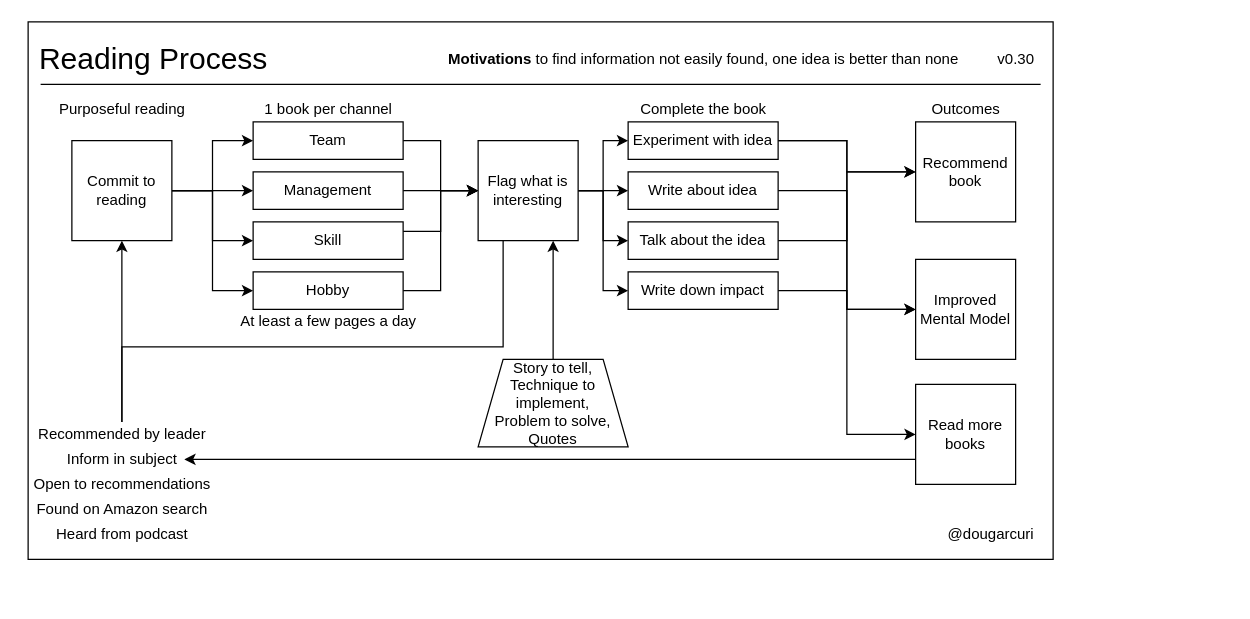
solidi/learning-notes keeps this draw.io diagram as mentoring/diagrams/reading-process.drawio. Above is the earlier version. Source tidied: cells renumbered, new cells numbered last; positions are measured from the earlier drawing's top-left corner, leaving out a move shared by most shapes. Both pictures are drawn from the tidied source at 125%, with x=0, y=0 at pixel (21, 21).
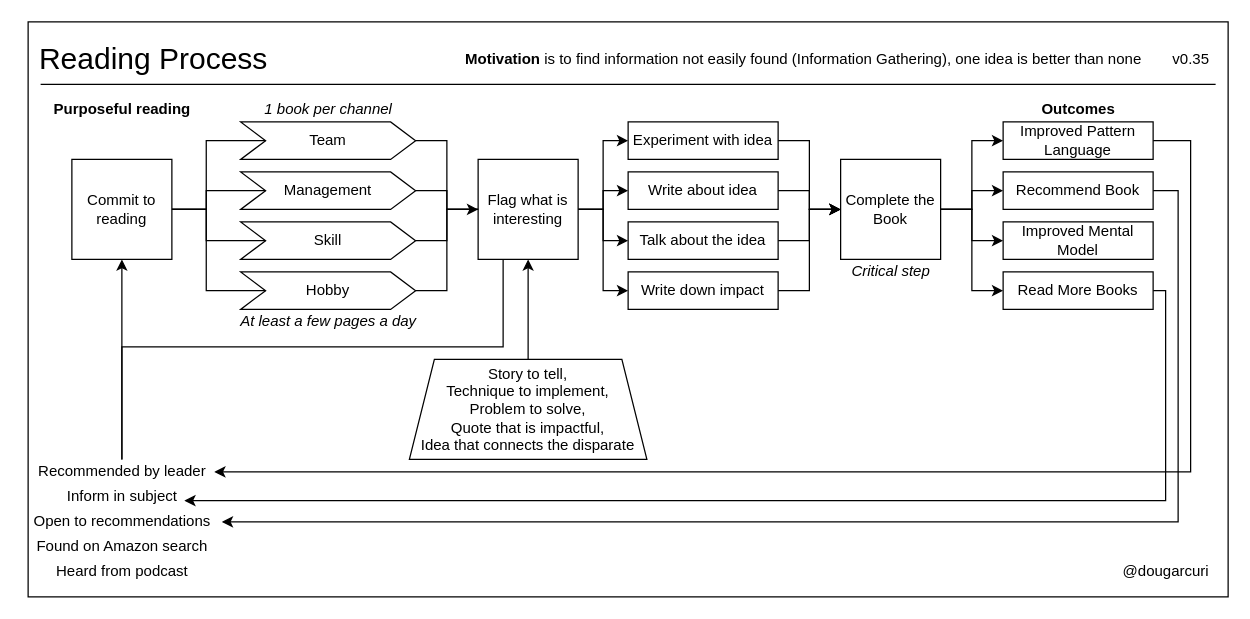
The same diagram, later.

Commit message (it also covers changes not shown here):
Add pattern language to the reading diagram

Unchanged cells that the change refers to:
```xml
<mxCell id="28" value="Experiment with idea" style="rounded=0;whiteSpace=wrap;html=1;" parent="1" vertex="1">
  <mxGeometry x="485" y="80" width="120" height="30" as="geometry" />
</mxCell>
<mxCell id="30" value="Write about idea" style="rounded=0;whiteSpace=wrap;html=1;" parent="1" vertex="1">
  <mxGeometry x="485" y="120" width="120" height="30" as="geometry" />
</mxCell>
<mxCell id="39" value="Talk about the idea" style="rounded=0;whiteSpace=wrap;html=1;" parent="1" vertex="1">
  <mxGeometry x="485" y="160" width="120" height="30" as="geometry" />
</mxCell>
```

Change to the diagram source:
```diff
@@
     <mxCell id="2" style="rounded=0;whiteSpace=wrap;html=1;fillColor=none;" parent="1" vertex="1">
-      <mxGeometry x="5" width="820" height="430" as="geometry" />
+      <mxGeometry x="5" width="960" height="460" as="geometry" />
     </mxCell>
@@
-    <mxCell id="4" style="edgeStyle=orthogonalEdgeStyle;rounded=0;jettySize=auto;html=1;exitX=1;exitY=0.5;exitDx=0;exitDy=0;entryX=0;entryY=0.5;entryDx=0;entryDy=0;endArrow=classic;endFill=1;" parent="1" edge="1" source="8" target="14">
+    <mxCell id="4" style="edgeStyle=orthogonalEdgeStyle;rounded=0;jettySize=auto;html=1;exitX=1;exitY=0.5;exitDx=0;exitDy=0;entryX=0;entryY=0.5;entryDx=0;entryDy=0;endArrow=none;endFill=0;" parent="1" edge="1" source="8" target="14">
       <mxGeometry relative="1" as="geometry" />
     </mxCell>
-    <mxCell id="5" style="edgeStyle=orthogonalEdgeStyle;rounded=0;jettySize=auto;html=1;exitX=1;exitY=0.5;exitDx=0;exitDy=0;entryX=0;entryY=0.5;entryDx=0;entryDy=0;endArrow=classic;endFill=1;" parent="1" edge="1" source="8" target="16">
+    <mxCell id="5" style="edgeStyle=orthogonalEdgeStyle;rounded=0;jettySize=auto;html=1;exitX=1;exitY=0.5;exitDx=0;exitDy=0;entryX=0;entryY=0.5;entryDx=0;entryDy=0;endArrow=none;endFill=0;" parent="1" edge="1" source="8" target="16">
       <mxGeometry relative="1" as="geometry" />
     </mxCell>
-    <mxCell id="6" style="edgeStyle=orthogonalEdgeStyle;rounded=0;jettySize=auto;html=1;exitX=1;exitY=0.5;exitDx=0;exitDy=0;entryX=0;entryY=0.5;entryDx=0;entryDy=0;endArrow=classic;endFill=1;" parent="1" edge="1" source="8" target="18">
+    <mxCell id="6" style="edgeStyle=orthogonalEdgeStyle;rounded=0;jettySize=auto;html=1;exitX=1;exitY=0.5;exitDx=0;exitDy=0;entryX=0;entryY=0.5;entryDx=0;entryDy=0;endArrow=none;endFill=0;" parent="1" edge="1" source="8" target="18">
       <mxGeometry relative="1" as="geometry" />
     </mxCell>
-    <mxCell id="7" style="edgeStyle=orthogonalEdgeStyle;rounded=0;jettySize=auto;html=1;exitX=1;exitY=0.5;exitDx=0;exitDy=0;entryX=0;entryY=0.5;entryDx=0;entryDy=0;endArrow=classic;endFill=1;" parent="1" edge="1" source="8" target="37">
-      <mxGeometry relative="1" as="geometry" />
-    </mxCell>
     <mxCell id="8" value="Commit to reading" style="whiteSpace=wrap;html=1;" parent="1" vertex="1">
-      <mxGeometry x="40" y="95" width="80" height="80" as="geometry" />
+      <mxGeometry x="40" y="110" width="80" height="80" as="geometry" />
     </mxCell>
-    <mxCell id="9" style="endArrow=classic;html=1;" parent="1" edge="1" source="10">
-      <mxGeometry relative="1" as="geometry">
-        <mxPoint x="80" y="175" as="targetPoint" />
-      </mxGeometry>
-    </mxCell>
+    <mxCell id="53" style="edgeStyle=orthogonalEdgeStyle;rounded=0;jettySize=auto;html=1;entryX=0.5;entryY=1;entryDx=0;entryDy=0;endArrow=classic;endFill=1;" parent="1" edge="1" source="10" target="8">
+      <mxGeometry relative="1" as="geometry" />
+    </mxCell>
     <mxCell id="10" value="Recommended by leader" style="text;html=1;align=center;verticalAlign=middle;points=[];" parent="1" vertex="1">
-      <mxGeometry x="5" y="320" width="150" height="20" as="geometry" />
+      <mxGeometry x="5" y="350" width="150" height="20" as="geometry" />
     </mxCell>
     <mxCell id="11" value="Inform in subject" style="text;html=1;align=center;verticalAlign=middle;points=[];" parent="1" vertex="1">
-      <mxGeometry x="30" y="340" width="100" height="20" as="geometry" />
+      <mxGeometry x="30" y="370" width="100" height="20" as="geometry" />
     </mxCell>
-    <mxCell id="12" value="&lt;b&gt;Motivations&lt;/b&gt; to find information not easily found, one idea is better than none" style="text;html=1;align=center;verticalAlign=middle;" parent="1" vertex="1">
-      <mxGeometry x="335" y="20" width="420" height="20" as="geometry" />
+    <mxCell id="12" value="&lt;b&gt;Motivation &lt;/b&gt;is&amp;nbsp;to find information not easily found (Information Gathering), one idea is better than none" style="text;html=1;align=center;verticalAlign=middle;" parent="1" vertex="1">
+      <mxGeometry x="345" y="20" width="560" height="20" as="geometry" />
     </mxCell>
@@
-    <mxCell id="14" value="Team" style="rounded=0;whiteSpace=wrap;html=1;" parent="1" vertex="1">
-      <mxGeometry x="185" y="80" width="120" height="30" as="geometry" />
-    </mxCell>
-    <mxCell id="15" style="edgeStyle=orthogonalEdgeStyle;rounded=0;jettySize=auto;html=1;exitX=1;exitY=0.5;exitDx=0;exitDy=0;" parent="1" edge="1" source="16" target="25">
-      <mxGeometry relative="1" as="geometry" />
-    </mxCell>
-    <mxCell id="16" value="Management" style="rounded=0;whiteSpace=wrap;html=1;" parent="1" vertex="1">
-      <mxGeometry x="185" y="120" width="120" height="30" as="geometry" />
-    </mxCell>
-    <mxCell id="17" style="edgeStyle=orthogonalEdgeStyle;rounded=0;jettySize=auto;html=1;exitX=1;exitY=0.25;exitDx=0;exitDy=0;entryX=0;entryY=0.5;entryDx=0;entryDy=0;" parent="1" edge="1" source="18" target="25">
-      <mxGeometry relative="1" as="geometry" />
-    </mxCell>
-    <mxCell id="18" value="Skill" style="rounded=0;whiteSpace=wrap;html=1;" parent="1" vertex="1">
-      <mxGeometry x="185" y="160" width="120" height="30" as="geometry" />
-    </mxCell>
-    <mxCell id="19" value="Purposeful reading" style="text;html=1;align=center;verticalAlign=middle;" parent="1" vertex="1">
+    <mxCell id="19" value="&lt;b&gt;Purposeful reading&lt;/b&gt;" style="text;html=1;align=center;verticalAlign=middle;" parent="1" vertex="1">
       <mxGeometry x="20" y="60" width="120" height="20" as="geometry" />
     </mxCell>
@@
     <mxCell id="25" value="Flag what is interesting" style="whiteSpace=wrap;html=1;" parent="1" vertex="1">
-      <mxGeometry x="365" y="95" width="80" height="80" as="geometry" />
+      <mxGeometry x="365" y="110" width="80" height="80" as="geometry" />
     </mxCell>
-    <mxCell id="26" style="edgeStyle=orthogonalEdgeStyle;rounded=0;jettySize=auto;html=1;exitX=1;exitY=0.5;exitDx=0;exitDy=0;entryX=0;entryY=0.5;entryDx=0;entryDy=0;endArrow=classic;endFill=1;" parent="1" edge="1" source="28" target="34">
-      <mxGeometry relative="1" as="geometry" />
-    </mxCell>
-    <mxCell id="27" style="edgeStyle=orthogonalEdgeStyle;rounded=0;jettySize=auto;html=1;exitX=1;exitY=0.5;exitDx=0;exitDy=0;entryX=0;entryY=0.5;entryDx=0;entryDy=0;endArrow=classic;endFill=1;" parent="1" edge="1" source="28" target="45">
-      <mxGeometry relative="1" as="geometry" />
-    </mxCell>
+    <mxCell id="54" style="edgeStyle=orthogonalEdgeStyle;rounded=0;jettySize=auto;html=1;exitX=1;exitY=0.5;exitDx=0;exitDy=0;entryX=0;entryY=0.5;entryDx=0;entryDy=0;endArrow=classic;endFill=1;" parent="1" edge="1" source="28" target="68">
+      <mxGeometry relative="1" as="geometry" />
+    </mxCell>
@@
-    <mxCell id="29" style="edgeStyle=orthogonalEdgeStyle;rounded=0;jettySize=auto;html=1;exitX=1;exitY=0.5;exitDx=0;exitDy=0;entryX=0;entryY=0.5;entryDx=0;entryDy=0;endArrow=classic;endFill=1;" parent="1" edge="1" source="30" target="49">
-      <mxGeometry relative="1" as="geometry" />
-    </mxCell>
+    <mxCell id="55" style="edgeStyle=orthogonalEdgeStyle;rounded=0;jettySize=auto;html=1;exitX=1;exitY=0.5;exitDx=0;exitDy=0;entryX=0;entryY=0.5;entryDx=0;entryDy=0;endArrow=classic;endFill=1;" parent="1" edge="1" source="30" target="68">
+      <mxGeometry relative="1" as="geometry" />
+    </mxCell>
@@
-    <mxCell id="31" value="v0.30" style="text;html=1;align=center;verticalAlign=middle;" parent="1" vertex="1">
-      <mxGeometry x="775" y="20" width="40" height="20" as="geometry" />
+    <mxCell id="31" value="v0.35" style="text;html=1;align=center;verticalAlign=middle;" parent="1" vertex="1">
+      <mxGeometry x="915" y="20" width="40" height="20" as="geometry" />
     </mxCell>
     <mxCell id="32" value="@dougarcuri" style="text;html=1;align=center;verticalAlign=middle;" parent="1" vertex="1">
-      <mxGeometry x="735" y="400" width="80" height="20" as="geometry" />
+      <mxGeometry x="875" y="430" width="80" height="20" as="geometry" />
     </mxCell>
     <mxCell id="33" style="endArrow=none;html=1;" parent="1" edge="1">
       <mxGeometry relative="1" as="geometry">
         <mxPoint x="15" y="50" as="sourcePoint" />
-        <mxPoint x="815" y="50" as="targetPoint" />
+        <mxPoint x="955" y="50" as="targetPoint" />
       </mxGeometry>
     </mxCell>
-    <mxCell id="34" value="Recommend book" style="whiteSpace=wrap;html=1;" parent="1" vertex="1">
-      <mxGeometry x="715" y="80" width="80" height="80" as="geometry" />
-    </mxCell>
-    <mxCell id="35" value="Complete the book&lt;br&gt;" style="text;html=1;align=center;verticalAlign=middle;" parent="1" vertex="1">
-      <mxGeometry x="485" y="60" width="120" height="20" as="geometry" />
-    </mxCell>
-    <mxCell id="36" style="edgeStyle=orthogonalEdgeStyle;rounded=0;jettySize=auto;html=1;exitX=1;exitY=0.5;exitDx=0;exitDy=0;entryX=0;entryY=0.5;entryDx=0;entryDy=0;endArrow=classic;endFill=1;" parent="1" edge="1" source="37" target="25">
-      <mxGeometry relative="1" as="geometry" />
-    </mxCell>
-    <mxCell id="37" value="Hobby" style="rounded=0;whiteSpace=wrap;html=1;" parent="1" vertex="1">
-      <mxGeometry x="185" y="200" width="120" height="30" as="geometry" />
-    </mxCell>
-    <mxCell id="38" style="edgeStyle=orthogonalEdgeStyle;rounded=0;jettySize=auto;html=1;exitX=1;exitY=0.5;exitDx=0;exitDy=0;entryX=0;entryY=0.5;entryDx=0;entryDy=0;endArrow=classic;endFill=1;" parent="1" edge="1" source="39" target="34">
-      <mxGeometry relative="1" as="geometry" />
-    </mxCell>
+    <mxCell id="56" style="edgeStyle=orthogonalEdgeStyle;rounded=0;jettySize=auto;html=1;exitX=1;exitY=0.5;exitDx=0;exitDy=0;entryX=0;entryY=0.5;entryDx=0;entryDy=0;endArrow=classic;endFill=1;" parent="1" edge="1" source="39" target="68">
+      <mxGeometry relative="1" as="geometry" />
+    </mxCell>
@@
-    <mxCell id="40" value="1 book per channel" style="text;html=1;align=center;verticalAlign=middle;" parent="1" vertex="1">
+    <mxCell id="40" value="&lt;i&gt;1 book per channel&lt;/i&gt;" style="text;html=1;align=center;verticalAlign=middle;" parent="1" vertex="1">
       <mxGeometry x="185" y="60" width="120" height="20" as="geometry" />
     </mxCell>
-    <mxCell id="41" value="At least a few pages a day" style="text;html=1;align=center;verticalAlign=middle;" parent="1" vertex="1">
+    <mxCell id="41" value="&lt;i&gt;At least a few pages a day&lt;/i&gt;" style="text;html=1;align=center;verticalAlign=middle;" parent="1" vertex="1">
       <mxGeometry x="165" y="230" width="160" height="20" as="geometry" />
     </mxCell>
     <mxCell id="42" value="Open to recommendations" style="text;html=1;align=center;verticalAlign=middle;points=[];" parent="1" vertex="1">
-      <mxGeometry y="360" width="160" height="20" as="geometry" />
+      <mxGeometry y="390" width="160" height="20" as="geometry" />
     </mxCell>
     <mxCell id="43" value="Found on Amazon search" style="text;html=1;align=center;verticalAlign=middle;" parent="1" vertex="1">
-      <mxGeometry x="5" y="380" width="150" height="20" as="geometry" />
+      <mxGeometry x="5" y="410" width="150" height="20" as="geometry" />
     </mxCell>
+    <mxCell id="57" style="edgeStyle=orthogonalEdgeStyle;rounded=0;jettySize=auto;html=1;exitX=1;exitY=0.5;exitDx=0;exitDy=0;entryX=0;entryY=0.5;entryDx=0;entryDy=0;endArrow=classic;endFill=1;" parent="1" edge="1" source="47" target="68">
+      <mxGeometry relative="1" as="geometry" />
+    </mxCell>
+    <mxCell id="47" value="Write down impact" style="rounded=0;whiteSpace=wrap;html=1;" parent="1" vertex="1">
+      <mxGeometry x="485" y="200" width="120" height="30" as="geometry" />
+    </mxCell>
+    <mxCell id="50" value="Heard from podcast" style="text;html=1;align=center;verticalAlign=middle;" parent="1" vertex="1">
+      <mxGeometry x="20" y="430" width="120" height="20" as="geometry" />
+    </mxCell>
-    <mxCell id="44" style="edgeStyle=orthogonalEdgeStyle;rounded=0;jettySize=auto;html=1;entryX=0.75;entryY=1;entryDx=0;entryDy=0;endArrow=classic;endFill=1;exitX=0.5;exitY=0;exitDx=0;exitDy=0;" parent="1" edge="1" source="51" target="25">
+    <mxCell id="44" style="edgeStyle=orthogonalEdgeStyle;rounded=0;jettySize=auto;html=1;exitX=0.5;exitY=0;exitDx=0;exitDy=0;endArrow=classic;endFill=1;" parent="1" edge="1" source="51" target="25">
       <mxGeometry relative="1" as="geometry" />
     </mxCell>
-    <mxCell id="45" value="Improved Mental Model" style="whiteSpace=wrap;html=1;" parent="1" vertex="1">
-      <mxGeometry x="715" y="190" width="80" height="80" as="geometry" />
-    </mxCell>
-    <mxCell id="46" style="edgeStyle=orthogonalEdgeStyle;rounded=0;jettySize=auto;html=1;exitX=1;exitY=0.5;exitDx=0;exitDy=0;entryX=0;entryY=0.5;entryDx=0;entryDy=0;endArrow=classic;endFill=1;" parent="1" edge="1" source="47" target="45">
-      <mxGeometry relative="1" as="geometry" />
-    </mxCell>
-    <mxCell id="47" value="Write down impact" style="rounded=0;whiteSpace=wrap;html=1;" parent="1" vertex="1">
-      <mxGeometry x="485" y="200" width="120" height="30" as="geometry" />
-    </mxCell>
-    <mxCell id="48" style="edgeStyle=orthogonalEdgeStyle;rounded=0;jettySize=auto;html=1;exitX=0;exitY=0.75;exitDx=0;exitDy=0;endArrow=classic;endFill=1;" parent="1" edge="1" source="49" target="11">
-      <mxGeometry relative="1" as="geometry" />
-    </mxCell>
-    <mxCell id="49" value="Read more books" style="whiteSpace=wrap;html=1;" parent="1" vertex="1">
-      <mxGeometry x="715" y="290" width="80" height="80" as="geometry" />
-    </mxCell>
-    <mxCell id="50" value="Heard from podcast" style="text;html=1;align=center;verticalAlign=middle;" parent="1" vertex="1">
-      <mxGeometry x="20" y="400" width="120" height="20" as="geometry" />
-    </mxCell>
-    <mxCell id="51" value="Story to tell,&lt;br&gt;&lt;span&gt;Technique to implement,&lt;br&gt;&lt;/span&gt;&lt;span&gt;Problem to solve,&lt;br&gt;&lt;/span&gt;&lt;span&gt;Quotes&lt;br&gt;&lt;/span&gt;" style="shape=trapezoid;perimeter=trapezoidPerimeter;whiteSpace=wrap;html=1;fixedSize=1;fillColor=none;" parent="1" vertex="1">
-      <mxGeometry x="365" y="270" width="120" height="70" as="geometry" />
+    <mxCell id="51" value="Story to tell,&lt;br&gt;&lt;span&gt;Technique to implement,&lt;br&gt;&lt;/span&gt;&lt;span&gt;Problem to solve,&lt;br&gt;&lt;/span&gt;&lt;span&gt;Quote that is impactful,&lt;br&gt;Idea that connects the disparate&lt;br&gt;&lt;/span&gt;" style="shape=trapezoid;perimeter=trapezoidPerimeter;whiteSpace=wrap;html=1;fixedSize=1;fillColor=none;" parent="1" vertex="1">
+      <mxGeometry x="310" y="270" width="190" height="80" as="geometry" />
     </mxCell>
-    <mxCell id="52" value="Outcomes" style="text;html=1;align=center;verticalAlign=middle;" parent="1" vertex="1">
-      <mxGeometry x="720" y="60" width="70" height="20" as="geometry" />
+    <mxCell id="52" value="&lt;b&gt;Outcomes&lt;/b&gt;" style="text;html=1;align=center;verticalAlign=middle;" parent="1" vertex="1">
+      <mxGeometry x="810" y="60" width="70" height="20" as="geometry" />
     </mxCell>
+    <mxCell id="58" style="edgeStyle=orthogonalEdgeStyle;rounded=0;jettySize=auto;html=1;exitX=1;exitY=0.5;exitDx=0;exitDy=0;entryX=0.993;entryY=0.5;entryDx=0;entryDy=0;entryPerimeter=0;endArrow=classic;endFill=1;" parent="1" edge="1" source="59" target="10">
+      <mxGeometry relative="1" as="geometry">
+        <Array as="points">
+          <mxPoint x="935" y="95" />
+          <mxPoint x="935" y="360" />
+        </Array>
+      </mxGeometry>
+    </mxCell>
+    <mxCell id="59" value="Improved Pattern Language" style="rounded=0;whiteSpace=wrap;html=1;" parent="1" vertex="1">
+      <mxGeometry x="785" y="80" width="120" height="30" as="geometry" />
+    </mxCell>
+    <mxCell id="60" style="edgeStyle=orthogonalEdgeStyle;rounded=0;jettySize=auto;html=1;exitX=1;exitY=0.5;exitDx=0;exitDy=0;entryX=1;entryY=0.5;entryDx=0;entryDy=0;entryPerimeter=0;endArrow=classic;endFill=1;" parent="1" edge="1" source="61" target="42">
+      <mxGeometry relative="1" as="geometry" />
+    </mxCell>
+    <mxCell id="61" value="Recommend Book" style="rounded=0;whiteSpace=wrap;html=1;" parent="1" vertex="1">
+      <mxGeometry x="785" y="120" width="120" height="30" as="geometry" />
+    </mxCell>
+    <mxCell id="45" value="Improved Mental Model" style="rounded=0;whiteSpace=wrap;html=1;" parent="1" vertex="1">
+      <mxGeometry x="785" y="160" width="120" height="30" as="geometry" />
+    </mxCell>
+    <mxCell id="62" style="edgeStyle=orthogonalEdgeStyle;rounded=0;jettySize=auto;html=1;exitX=1;exitY=0.5;exitDx=0;exitDy=0;entryX=1;entryY=0.65;entryDx=0;entryDy=0;entryPerimeter=0;endArrow=classic;endFill=1;" parent="1" edge="1" source="63" target="11">
+      <mxGeometry relative="1" as="geometry">
+        <Array as="points">
+          <mxPoint x="915" y="215" />
+          <mxPoint x="915" y="383" />
+        </Array>
+      </mxGeometry>
+    </mxCell>
+    <mxCell id="63" value="Read More Books" style="rounded=0;whiteSpace=wrap;html=1;" parent="1" vertex="1">
+      <mxGeometry x="785" y="200" width="120" height="30" as="geometry" />
+    </mxCell>
+    <mxCell id="64" style="edgeStyle=orthogonalEdgeStyle;rounded=0;jettySize=auto;html=1;exitX=1;exitY=0.5;exitDx=0;exitDy=0;entryX=0;entryY=0.5;entryDx=0;entryDy=0;endArrow=classic;endFill=1;" parent="1" edge="1" source="68" target="59">
+      <mxGeometry relative="1" as="geometry" />
+    </mxCell>
+    <mxCell id="65" style="edgeStyle=orthogonalEdgeStyle;rounded=0;jettySize=auto;html=1;exitX=1;exitY=0.5;exitDx=0;exitDy=0;entryX=0;entryY=0.5;entryDx=0;entryDy=0;endArrow=classic;endFill=1;" parent="1" edge="1" source="68" target="61">
+      <mxGeometry relative="1" as="geometry" />
+    </mxCell>
+    <mxCell id="66" style="edgeStyle=orthogonalEdgeStyle;rounded=0;jettySize=auto;html=1;exitX=1;exitY=0.5;exitDx=0;exitDy=0;entryX=0;entryY=0.5;entryDx=0;entryDy=0;endArrow=classic;endFill=1;" parent="1" edge="1" source="68" target="45">
+      <mxGeometry relative="1" as="geometry" />
+    </mxCell>
+    <mxCell id="67" style="edgeStyle=orthogonalEdgeStyle;rounded=0;jettySize=auto;html=1;exitX=1;exitY=0.5;exitDx=0;exitDy=0;entryX=0;entryY=0.5;entryDx=0;entryDy=0;endArrow=classic;endFill=1;" parent="1" edge="1" source="68" target="63">
+      <mxGeometry relative="1" as="geometry" />
+    </mxCell>
+    <mxCell id="68" value="Complete the Book" style="whiteSpace=wrap;html=1;" parent="1" vertex="1">
+      <mxGeometry x="655" y="110" width="80" height="80" as="geometry" />
+    </mxCell>
+    <mxCell id="14" value="Team" style="shape=step;perimeter=stepPerimeter;whiteSpace=wrap;html=1;fixedSize=1;fillColor=none;" parent="1" vertex="1">
+      <mxGeometry x="175" y="80" width="140" height="30" as="geometry" />
+    </mxCell>
+    <mxCell id="15" style="edgeStyle=orthogonalEdgeStyle;rounded=0;jettySize=auto;html=1;exitX=1;exitY=0.5;exitDx=0;exitDy=0;endArrow=none;endFill=0;" parent="1" edge="1" source="16" target="25">
+      <mxGeometry relative="1" as="geometry" />
+    </mxCell>
+    <mxCell id="16" value="Management" style="shape=step;perimeter=stepPerimeter;whiteSpace=wrap;html=1;fixedSize=1;fillColor=none;" parent="1" vertex="1">
+      <mxGeometry x="175" y="120" width="140" height="30" as="geometry" />
+    </mxCell>
+    <mxCell id="17" style="edgeStyle=orthogonalEdgeStyle;rounded=0;jettySize=auto;html=1;exitX=1;exitY=0.5;exitDx=0;exitDy=0;entryX=0;entryY=0.5;entryDx=0;entryDy=0;endArrow=none;endFill=0;" parent="1" edge="1" source="18" target="25">
+      <mxGeometry relative="1" as="geometry" />
+    </mxCell>
+    <mxCell id="18" value="Skill" style="shape=step;perimeter=stepPerimeter;whiteSpace=wrap;html=1;fixedSize=1;fillColor=none;" parent="1" vertex="1">
+      <mxGeometry x="175" y="160" width="140" height="30" as="geometry" />
+    </mxCell>
+    <mxCell id="36" style="edgeStyle=orthogonalEdgeStyle;rounded=0;jettySize=auto;html=1;exitX=1;exitY=0.5;exitDx=0;exitDy=0;entryX=0;entryY=0.5;entryDx=0;entryDy=0;endArrow=none;endFill=0;" parent="1" edge="1" source="37" target="25">
+      <mxGeometry relative="1" as="geometry" />
+    </mxCell>
+    <mxCell id="69" style="edgeStyle=orthogonalEdgeStyle;rounded=0;jettySize=auto;html=1;exitX=0;exitY=0.5;exitDx=0;exitDy=0;entryX=1;entryY=0.5;entryDx=0;entryDy=0;endArrow=none;endFill=0;" parent="1" edge="1" source="37" target="8">
+      <mxGeometry relative="1" as="geometry" />
+    </mxCell>
+    <mxCell id="37" value="Hobby" style="shape=step;perimeter=stepPerimeter;whiteSpace=wrap;html=1;fixedSize=1;fillColor=none;" parent="1" vertex="1">
+      <mxGeometry x="175" y="200" width="140" height="30" as="geometry" />
+    </mxCell>
+    <mxCell id="70" value="&lt;i&gt;Critical step&lt;/i&gt;" style="text;html=1;align=center;verticalAlign=middle;" parent="1" vertex="1">
+      <mxGeometry x="655" y="190" width="80" height="20" as="geometry" />
+    </mxCell>
```
